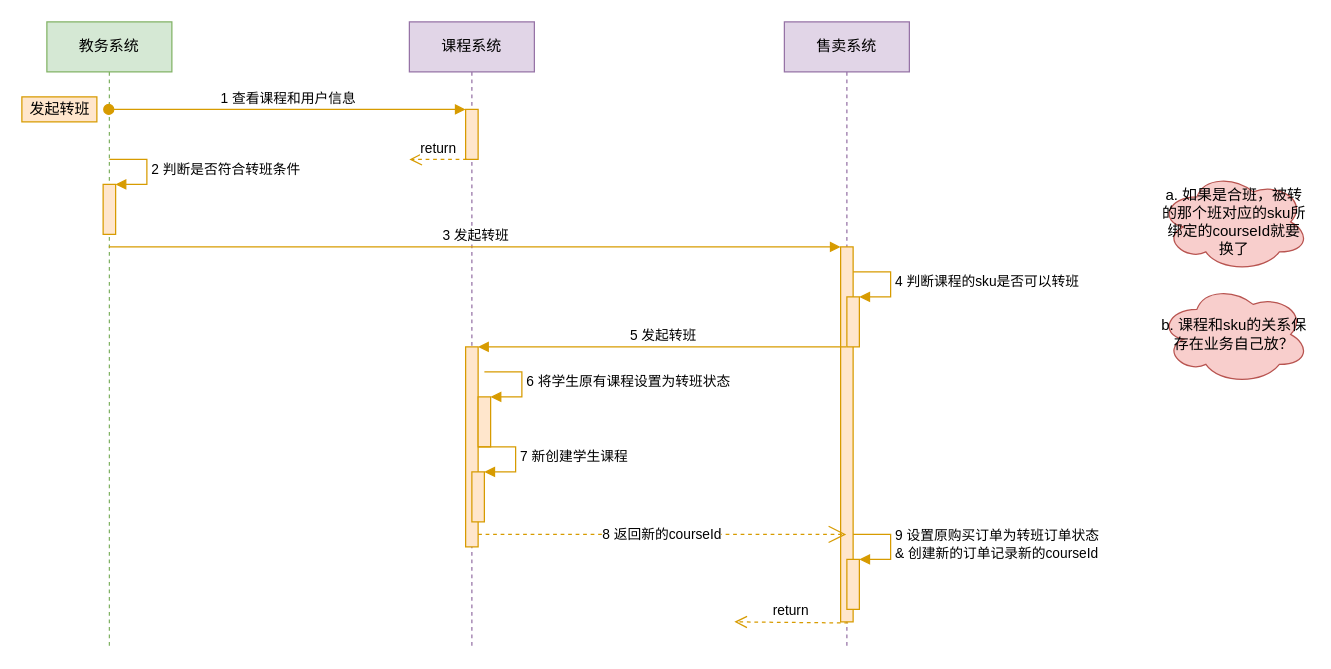
Before: 330-整体流程-学生改课.drawio in wgyuuu/flow_chart, a draw.io diagram. Source tidied: cells renumbered, new cells numbered last; positions are measured from the earlier drawing's top-left corner, leaving out a move shared by most shapes. Both pictures are drawn from the tidied source at 125%, with x=0, y=0 at pixel (21, 21).
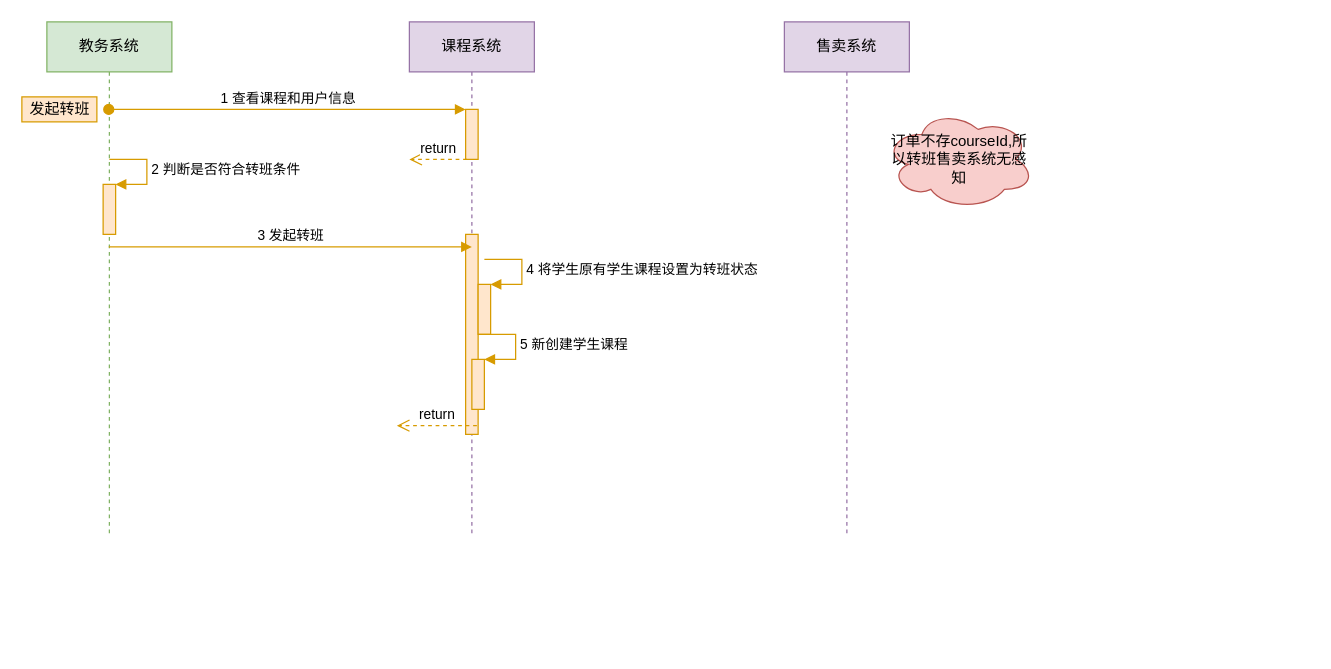
The same page after the edit.

Commit message:
Update 330-整体流程-学生改课.drawio

Change to the diagram source:
```diff
@@
     <mxCell id="2" value="教务系统" style="shape=umlLifeline;perimeter=lifelinePerimeter;whiteSpace=wrap;html=1;outlineConnect=0;fillColor=#d5e8d4;strokeColor=#82b366;" parent="1" vertex="1">
-      <mxGeometry x="20" width="100" height="500" as="geometry" />
+      <mxGeometry x="20" width="100" height="410" as="geometry" />
     </mxCell>
@@
     <mxCell id="5" value="课程系统" style="shape=umlLifeline;perimeter=lifelinePerimeter;whiteSpace=wrap;html=1;fillColor=#e1d5e7;strokeColor=#9673a6;" parent="1" vertex="1">
-      <mxGeometry x="310" width="100" height="500" as="geometry" />
+      <mxGeometry x="310" width="100" height="410" as="geometry" />
     </mxCell>
@@
     <mxCell id="7" style="html=1;points=[];perimeter=orthogonalPerimeter;fillColor=#ffe6cc;strokeColor=#d79b00;" parent="5" vertex="1">
-      <mxGeometry x="45" y="260" width="10" height="160" as="geometry" />
+      <mxGeometry x="45" y="170" width="10" height="160" as="geometry" />
     </mxCell>
     <mxCell id="8" style="html=1;points=[];perimeter=orthogonalPerimeter;fillColor=#ffe6cc;strokeColor=#d79b00;" parent="5" vertex="1">
-      <mxGeometry x="55" y="300" width="10" height="40" as="geometry" />
+      <mxGeometry x="55" y="210" width="10" height="40" as="geometry" />
     </mxCell>
-    <mxCell id="9" value="6 将学生原有课程设置为转班状态" style="edgeStyle=orthogonalEdgeStyle;html=1;align=left;spacingLeft=2;endArrow=block;rounded=0;entryX=1;entryY=0;fillColor=#ffe6cc;strokeColor=#d79b00;" parent="5" edge="1" target="8">
+    <mxCell id="9" value="4 将学生原有学生课程设置为转班状态" style="edgeStyle=orthogonalEdgeStyle;html=1;align=left;spacingLeft=2;endArrow=block;rounded=0;entryX=1;entryY=0;fillColor=#ffe6cc;strokeColor=#d79b00;" parent="5" edge="1" target="8">
       <mxGeometry relative="1" as="geometry">
-        <mxPoint x="60" y="280" as="sourcePoint" />
+        <mxPoint x="60" y="190" as="sourcePoint" />
         <Array as="points">
-          <mxPoint x="90" y="280" />
+          <mxPoint x="90" y="190" />
         </Array>
       </mxGeometry>
     </mxCell>
     <mxCell id="10" style="html=1;points=[];perimeter=orthogonalPerimeter;fillColor=#ffe6cc;strokeColor=#d79b00;" parent="5" vertex="1">
-      <mxGeometry x="50" y="360" width="10" height="40" as="geometry" />
+      <mxGeometry x="50" y="270" width="10" height="40" as="geometry" />
     </mxCell>
-    <mxCell id="11" value="7 新创建学生课程" style="edgeStyle=orthogonalEdgeStyle;html=1;align=left;spacingLeft=2;endArrow=block;rounded=0;entryX=1;entryY=0;fillColor=#ffe6cc;strokeColor=#d79b00;" parent="5" edge="1" target="10">
+    <mxCell id="11" value="5 新创建学生课程" style="edgeStyle=orthogonalEdgeStyle;html=1;align=left;spacingLeft=2;endArrow=block;rounded=0;entryX=1;entryY=0;fillColor=#ffe6cc;strokeColor=#d79b00;" parent="5" edge="1" target="10">
       <mxGeometry relative="1" as="geometry">
-        <mxPoint x="55" y="340" as="sourcePoint" />
+        <mxPoint x="55" y="250" as="sourcePoint" />
         <Array as="points">
-          <mxPoint x="85" y="340" />
+          <mxPoint x="85" y="250" />
         </Array>
       </mxGeometry>
     </mxCell>
     <mxCell id="12" value="售卖系统" style="shape=umlLifeline;perimeter=lifelinePerimeter;whiteSpace=wrap;html=1;outlineConnect=0;fillColor=#e1d5e7;strokeColor=#9673a6;" parent="1" vertex="1">
-      <mxGeometry x="610" width="100" height="500" as="geometry" />
+      <mxGeometry x="610" width="100" height="410" as="geometry" />
     </mxCell>
-    <mxCell id="13" style="html=1;points=[];perimeter=orthogonalPerimeter;fillColor=#ffe6cc;strokeColor=#d79b00;" parent="12" vertex="1">
-      <mxGeometry x="45" y="180" width="10" height="300" as="geometry" />
-    </mxCell>
-    <mxCell id="14" style="html=1;points=[];perimeter=orthogonalPerimeter;fillColor=#ffe6cc;strokeColor=#d79b00;" parent="12" vertex="1">
-      <mxGeometry x="50" y="220" width="10" height="40" as="geometry" />
-    </mxCell>
-    <mxCell id="15" value="4 判断课程的sku是否可以转班" style="edgeStyle=orthogonalEdgeStyle;html=1;align=left;spacingLeft=2;endArrow=block;rounded=0;entryX=1;entryY=0;fillColor=#ffe6cc;strokeColor=#d79b00;" parent="12" edge="1" target="14">
-      <mxGeometry relative="1" as="geometry">
-        <mxPoint x="55" y="200" as="sourcePoint" />
-        <Array as="points">
-          <mxPoint x="85" y="200" />
-        </Array>
-      </mxGeometry>
-    </mxCell>
-    <mxCell id="16" style="html=1;points=[];perimeter=orthogonalPerimeter;fillColor=#ffe6cc;strokeColor=#d79b00;" parent="12" vertex="1">
-      <mxGeometry x="50" y="430" width="10" height="40" as="geometry" />
-    </mxCell>
-    <mxCell id="17" value="9 设置原购买订单为转班订单状态&lt;br&gt;&amp;amp; 创建新的订单记录新的courseId" style="edgeStyle=orthogonalEdgeStyle;html=1;align=left;spacingLeft=2;endArrow=block;rounded=0;entryX=1;entryY=0;fillColor=#ffe6cc;strokeColor=#d79b00;" parent="12" edge="1" target="16">
-      <mxGeometry relative="1" as="geometry">
-        <mxPoint x="55" y="410" as="sourcePoint" />
-        <Array as="points">
-          <mxPoint x="85" y="410" />
-        </Array>
-      </mxGeometry>
-    </mxCell>
@@
-    <mxCell id="21" value="3 发起转班" style="html=1;verticalAlign=bottom;endArrow=block;entryX=0;entryY=0;rounded=0;fillColor=#ffe6cc;strokeColor=#d79b00;" parent="1" edge="1" source="2" target="13">
-      <mxGeometry relative="1" as="geometry" />
+    <mxCell id="21" value="3 发起转班" style="html=1;verticalAlign=bottom;endArrow=block;rounded=0;fillColor=#ffe6cc;strokeColor=#d79b00;" parent="1" edge="1" source="2">
+      <mxGeometry relative="1" as="geometry">
+        <mxPoint x="360" y="180" as="targetPoint" />
+      </mxGeometry>
     </mxCell>
-    <mxCell id="22" value="a. 如果是合班，被转的那个班对应的sku所绑定的courseId就要换了" style="ellipse;shape=cloud;whiteSpace=wrap;html=1;fillColor=#f8cecc;strokeColor=#b85450;" parent="1" vertex="1">
-      <mxGeometry x="910" y="120" width="120" height="80" as="geometry" />
-    </mxCell>
-    <mxCell id="23" value="b. 课程和sku的关系保存在业务自己放？" style="ellipse;shape=cloud;whiteSpace=wrap;html=1;fillColor=#f8cecc;strokeColor=#b85450;" parent="1" vertex="1">
-      <mxGeometry x="910" y="210" width="120" height="80" as="geometry" />
+    <mxCell id="23" value="订单不存courseId,所以转班售卖系统无感知" style="ellipse;shape=cloud;whiteSpace=wrap;html=1;fillColor=#f8cecc;strokeColor=#b85450;" parent="1" vertex="1">
+      <mxGeometry x="690" y="70" width="120" height="80" as="geometry" />
     </mxCell>
-    <mxCell id="24" value="5 发起转班" style="html=1;verticalAlign=bottom;endArrow=block;entryX=1;entryY=0;rounded=0;fillColor=#ffe6cc;strokeColor=#d79b00;" parent="1" edge="1" source="12" target="7">
-      <mxGeometry relative="1" as="geometry" />
-    </mxCell>
-    <mxCell id="25" value="8 返回新的courseId" style="endArrow=open;endSize=12;dashed=1;html=1;rounded=0;fillColor=#ffe6cc;strokeColor=#d79b00;" parent="1" edge="1" source="7" target="12">
-      <mxGeometry relative="1" as="geometry">
-        <Array as="points">
-          <mxPoint x="550" y="410" />
-        </Array>
-      </mxGeometry>
-    </mxCell>
-    <mxCell id="26" value="return" style="html=1;verticalAlign=bottom;endArrow=open;dashed=1;endSize=8;rounded=0;exitX=0.6;exitY=1.003;exitDx=0;exitDy=0;exitPerimeter=0;fillColor=#ffe6cc;strokeColor=#d79b00;" parent="1" edge="1" source="13">
+    <mxCell id="26" value="return" style="html=1;verticalAlign=bottom;endArrow=open;dashed=1;endSize=8;rounded=0;exitX=0.9;exitY=0.956;exitDx=0;exitDy=0;exitPerimeter=0;fillColor=#ffe6cc;strokeColor=#d79b00;" parent="1" edge="1" source="7">
       <mxGeometry relative="1" as="geometry">
-        <mxPoint x="570" y="480" as="targetPoint" />
+        <mxPoint x="300" y="323" as="targetPoint" />
       </mxGeometry>
     </mxCell>
```
